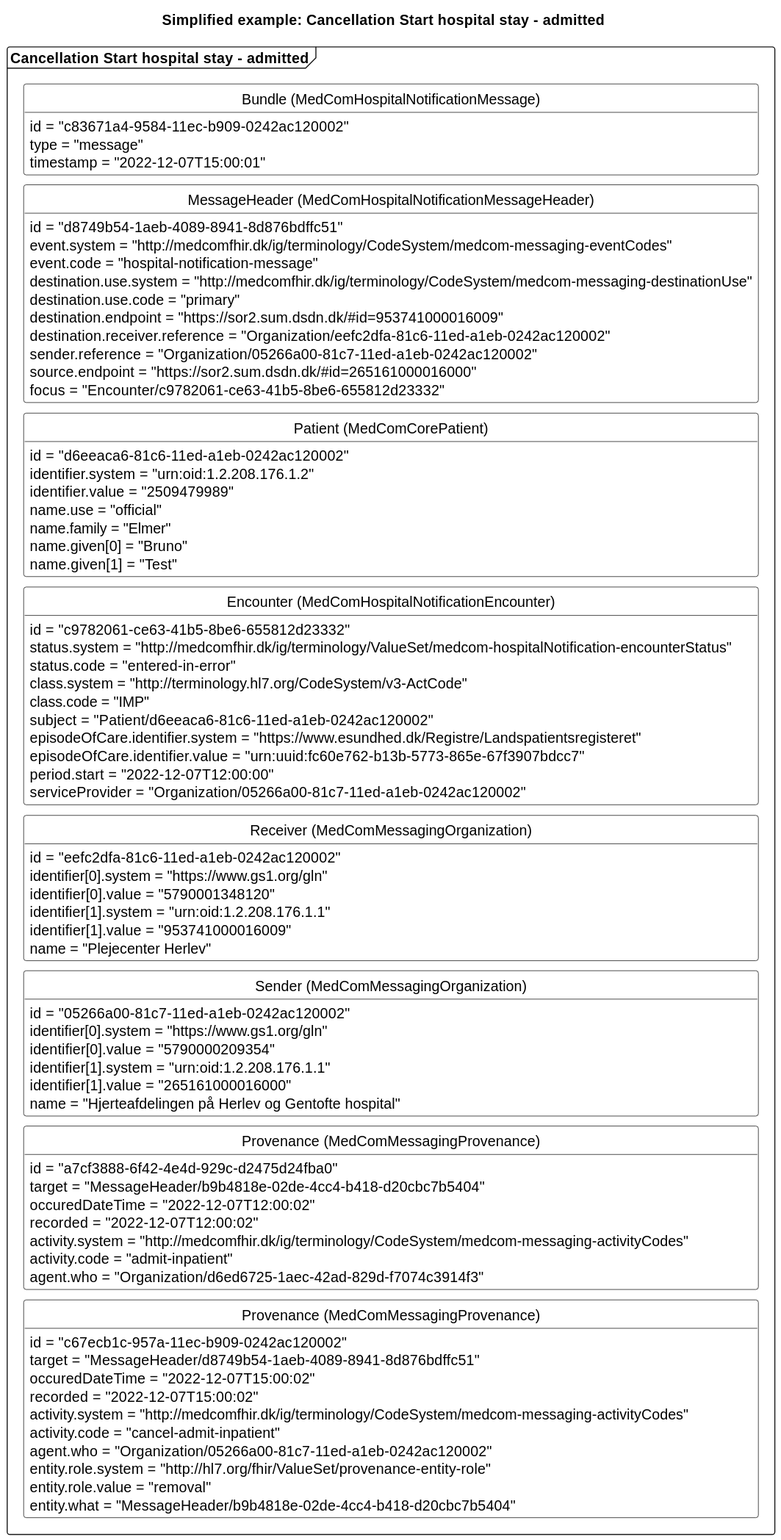
Above: input/images/hospitalnotification/HNcancelEnteredInError.svg in medcomdk/dk-medcom-hospitalnotification (PlantUML), before the change. Its diagram source:
```plantuml
@startuml HNcancelEnteredInError

skinparam class {
    BackgroundColor White
    BorderColor Black
    ArrowColor Black
  }
hide circle
hide empty members
skinparam SameClassWidth true
skinparam Ranksep 10


title Simplified example: Cancellation Start hospital stay - admitted

package "Cancellation Start hospital stay - admitted" as cancel <<Frame>>{
    class "Bundle (MedComHospitalNotificationMessage)" as cancelB{
        id = "c83671a4-9584-11ec-b909-0242ac120002"
        type = "message"
        timestamp = "2022-12-07T15:00:01"
    }
    class "MessageHeader (MedComHospitalNotificationMessageHeader)" as cancelMH{
        id = "d8749b54-1aeb-4089-8941-8d876bdffc51"
        event.system = "http://medcomfhir.dk/ig/terminology/CodeSystem/medcom-messaging-eventCodes"
        event.code = "hospital-notification-message"
        destination.use.system = "http://medcomfhir.dk/ig/terminology/CodeSystem/medcom-messaging-destinationUse"
        destination.use.code = "primary"
        destination.endpoint = "https://sor2.sum.dsdn.dk/#id=953741000016009"
        destination.receiver.reference = "Organization/eefc2dfa-81c6-11ed-a1eb-0242ac120002"
        sender.reference = "Organization/05266a00-81c7-11ed-a1eb-0242ac120002"
        source.endpoint = "https://sor2.sum.dsdn.dk/#id=265161000016000"
        focus = "Encounter/c9782061-ce63-41b5-8be6-655812d23332"
    }
    class "Patient (MedComCorePatient)" as cancelPT{
        id = "d6eeaca6-81c6-11ed-a1eb-0242ac120002"
        identifier.system = "urn:oid:1.2.208.176.1.2"
        identifier.value = "2509479989"
        name.use = "official"
        name.family = "Elmer"
        name.given[0] = "Bruno"
        name.given[1] = "Test"
    }
    class "Encounter (MedComHospitalNotificationEncounter)" as cancelENC{
        id = "c9782061-ce63-41b5-8be6-655812d23332"
        status.system = "http://medcomfhir.dk/ig/terminology/ValueSet/medcom-hospitalNotification-encounterStatus"
        status.code = "entered-in-error"
        class.system = "http://terminology.hl7.org/CodeSystem/v3-ActCode"
        class.code = "IMP"
        subject = "Patient/d6eeaca6-81c6-11ed-a1eb-0242ac120002"
        episodeOfCare.identifier.system = "https://www.esundhed.dk/Registre/Landspatientsregisteret"
        episodeOfCare.identifier.value = "urn:uuid:fc60e762-b13b-5773-865e-67f3907bdcc7"
        period.start = "2022-12-07T12:00:00"
        serviceProvider = "Organization/05266a00-81c7-11ed-a1eb-0242ac120002"
    }
    class "Receiver (MedComMessagingOrganization)" as cancelROrg{
        id = "eefc2dfa-81c6-11ed-a1eb-0242ac120002"
        identifier[0].system = "https://www.gs1.org/gln"
        identifier[0].value = "5790001348120"
        identifier[1].system = "urn:oid:1.2.208.176.1.1"
        identifier[1].value = "953741000016009"
        name = "Plejecenter Herlev"
    }
    class "Sender (MedComMessagingOrganization)" as cancelSOrg{
        id = "05266a00-81c7-11ed-a1eb-0242ac120002"
        identifier[0].system = "https://www.gs1.org/gln"
        identifier[0].value = "5790000209354"
        identifier[1].system = "urn:oid:1.2.208.176.1.1"
        identifier[1].value = "265161000016000"
        name = "Hjerteafdelingen på Herlev og Gentofte hospital"
    }
    class "Provenance (MedComMessagingProvenance)" as admitPRO{
        id = "a7cf3888-6f42-4e4d-929c-d2475d24fba0"
        target = "MessageHeader/b9b4818e-02de-4cc4-b418-d20cbc7b5404"
        occuredDateTime = "2022-12-07T12:00:02"
        recorded = "2022-12-07T12:00:02"
        activity.system = "http://medcomfhir.dk/ig/terminology/CodeSystem/medcom-messaging-activityCodes"
        activity.code = "admit-inpatient"
        agent.who = "Organization/d6ed6725-1aec-42ad-829d-f7074c3914f3"
    }
    class "Provenance (MedComMessagingProvenance)" as cancelPRO{
        id = "c67ecb1c-957a-11ec-b909-0242ac120002"
        target = "MessageHeader/d8749b54-1aeb-4089-8941-8d876bdffc51"
        occuredDateTime = "2022-12-07T15:00:02"
        recorded = "2022-12-07T15:00:02"
        activity.system = "http://medcomfhir.dk/ig/terminology/CodeSystem/medcom-messaging-activityCodes"
        activity.code = "cancel-admit-inpatient"
        agent.who = "Organization/05266a00-81c7-11ed-a1eb-0242ac120002"
        entity.role.system = "http://hl7.org/fhir/ValueSet/provenance-entity-role"
        entity.role.value = "removal"
        entity.what = "MessageHeader/b9b4818e-02de-4cc4-b418-d20cbc7b5404"
    }

cancelB -[hidden]- cancelMH
cancelMH-[hidden]-cancelPT
cancelPT-[hidden]-cancelENC
cancelENC-[hidden]-cancelROrg
cancelROrg-[hidden]-cancelSOrg
cancelSOrg-[hidden]-admitPRO
admitPRO-[hidden]-cancelPRO
}

@enduml
```
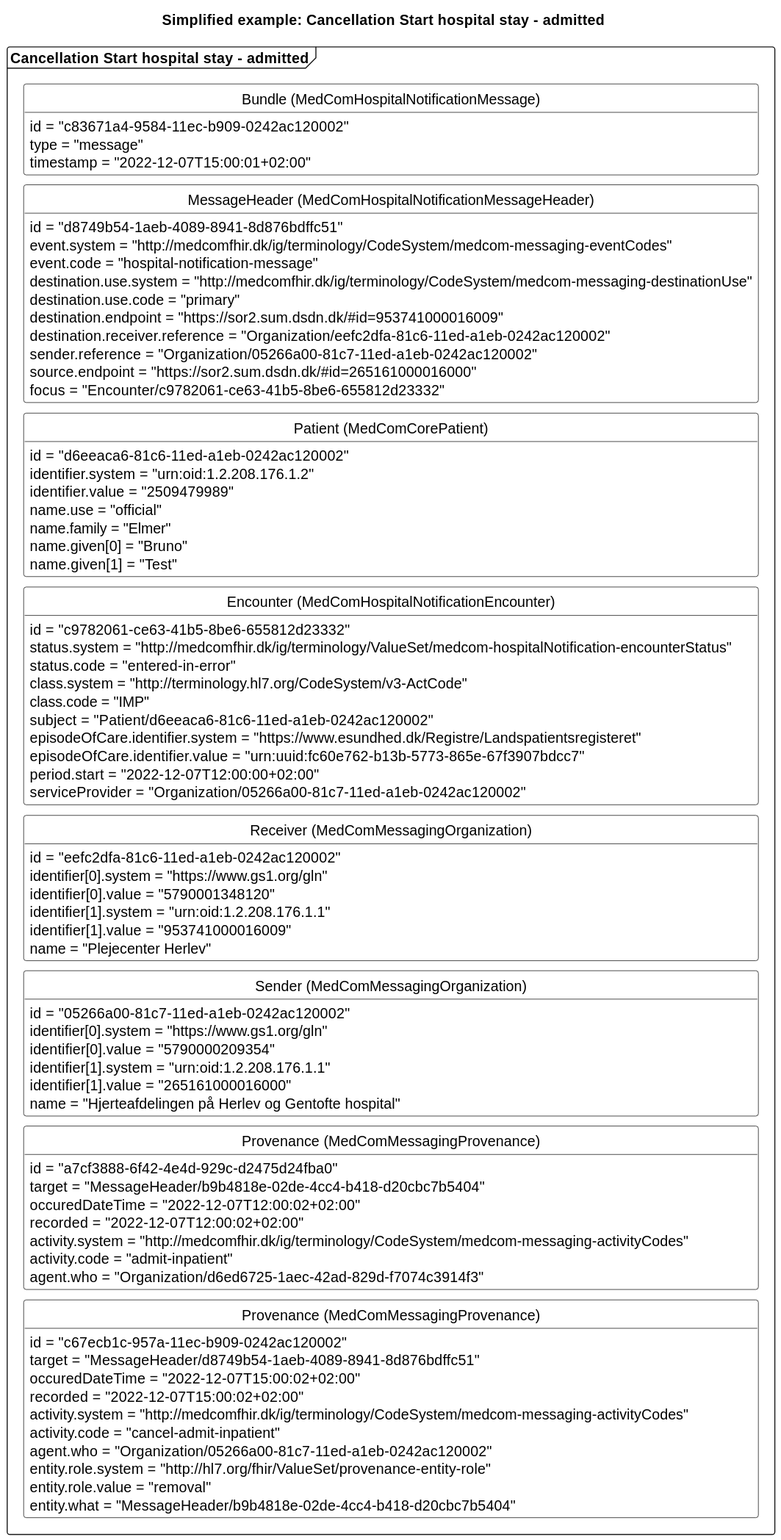
After the change.

The edit, as a diff of the source:
```diff
@@ -17,7 +17,7 @@
     class "Bundle (MedComHospitalNotificationMessage)" as cancelB{
         id = "c83671a4-9584-11ec-b909-0242ac120002"
         type = "message"
-        timestamp = "2022-12-07T15:00:01"
+        timestamp = "2022-12-07T15:00:01+02:00"
     }
     class "MessageHeader (MedComHospitalNotificationMessageHeader)" as cancelMH{
         id = "d8749b54-1aeb-4089-8941-8d876bdffc51"
@@ -49,7 +49,7 @@
         subject = "Patient/d6eeaca6-81c6-11ed-a1eb-0242ac120002"
         episodeOfCare.identifier.system = "https://www.esundhed.dk/Registre/Landspatientsregisteret"
         episodeOfCare.identifier.value = "urn:uuid:fc60e762-b13b-5773-865e-67f3907bdcc7"
-        period.start = "2022-12-07T12:00:00"
+        period.start = "2022-12-07T12:00:00+02:00"
         serviceProvider = "Organization/05266a00-81c7-11ed-a1eb-0242ac120002"
     }
     class "Receiver (MedComMessagingOrganization)" as cancelROrg{
@@ -71,8 +71,8 @@
     class "Provenance (MedComMessagingProvenance)" as admitPRO{
         id = "a7cf3888-6f42-4e4d-929c-d2475d24fba0"
         target = "MessageHeader/b9b4818e-02de-4cc4-b418-d20cbc7b5404"
-        occuredDateTime = "2022-12-07T12:00:02"
-        recorded = "2022-12-07T12:00:02"
+        occuredDateTime = "2022-12-07T12:00:02+02:00"
+        recorded = "2022-12-07T12:00:02+02:00"
         activity.system = "http://medcomfhir.dk/ig/terminology/CodeSystem/medcom-messaging-activityCodes"
         activity.code = "admit-inpatient"
         agent.who = "Organization/d6ed6725-1aec-42ad-829d-f7074c3914f3"
@@ -80,8 +80,8 @@
     class "Provenance (MedComMessagingProvenance)" as cancelPRO{
         id = "c67ecb1c-957a-11ec-b909-0242ac120002"
         target = "MessageHeader/d8749b54-1aeb-4089-8941-8d876bdffc51"
-        occuredDateTime = "2022-12-07T15:00:02"
-        recorded = "2022-12-07T15:00:02"
+        occuredDateTime = "2022-12-07T15:00:02+02:00"
+        recorded = "2022-12-07T15:00:02+02:00"
         activity.system = "http://medcomfhir.dk/ig/terminology/CodeSystem/medcom-messaging-activityCodes"
         activity.code = "cancel-admit-inpatient"
         agent.who = "Organization/05266a00-81c7-11ed-a1eb-0242ac120002"
```
